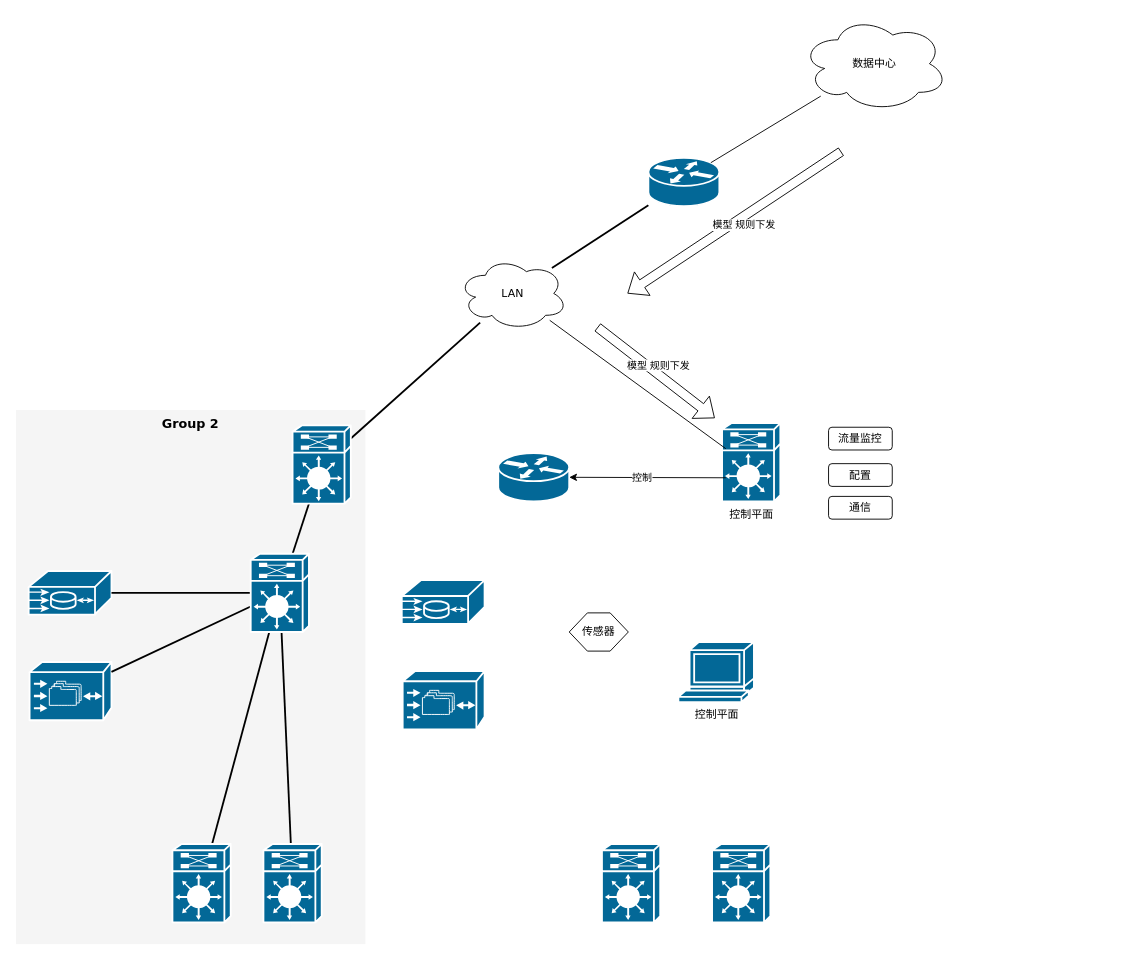
The draw.io diagram model/未命名绘图.drawio in 1181471386/HorusEye, before the edit. Source tidied: cells renumbered, new cells numbered last; positions are measured from the earlier drawing's top-left corner, leaving out a move shared by most shapes. Both pictures are drawn from the tidied source at 91%, with x=0, y=0 at pixel (15, 15).
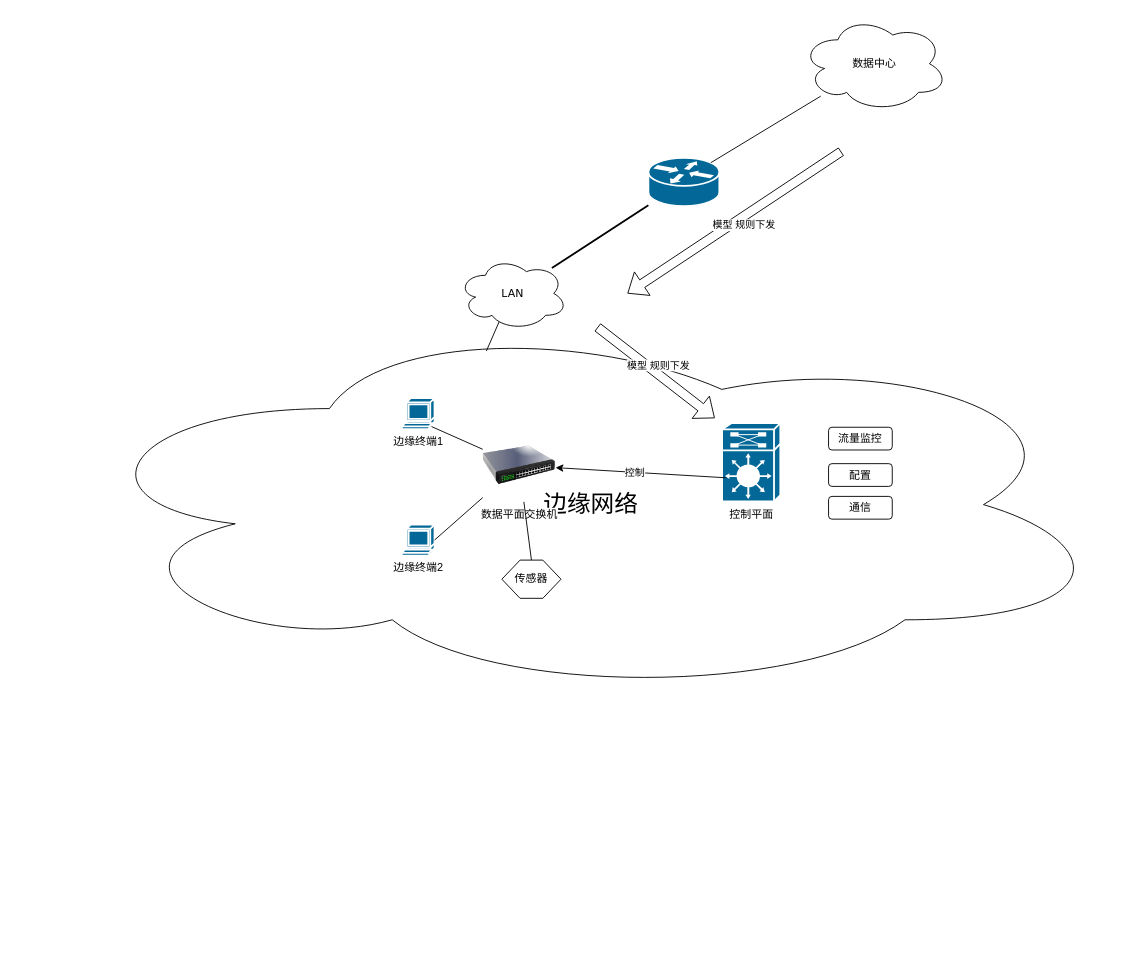
After the change.

Commit message:
边缘网络拓扑.drawio

Unchanged cells that the change refers to:
```xml
<mxCell id="4" value="LAN" style="ellipse;shape=cloud;whiteSpace=wrap;html=1;rounded=0;shadow=0;comic=0;strokeWidth=1;fontFamily=Verdana;fontSize=12;" parent="1" vertex="1">
  <mxGeometry x="486" y="265" width="120" height="80" as="geometry" />
</mxCell>
<mxCell id="18" value="控制平面" style="shape=mxgraph.cisco.misc.route_switch_processor;html=1;dashed=0;fillColor=#036897;strokeColor=#ffffff;strokeWidth=2;verticalLabelPosition=bottom;verticalAlign=top;rounded=0;shadow=0;comic=0;fontFamily=Verdana;fontSize=12;" parent="1" vertex="1">
  <mxGeometry x="776" y="447.5" width="64" height="86" as="geometry" />
</mxCell>
```

Diff of the diagram source:
```diff
@@
-    <mxCell id="2" value="Group 2" style="whiteSpace=wrap;html=1;rounded=0;shadow=0;comic=0;strokeWidth=1;fontFamily=Verdana;fontSize=14;fillColor=#f5f5f5;strokeColor=none;fontStyle=1;verticalAlign=top;" parent="1" vertex="1">
-      <mxGeometry y="433" width="384" height="587" as="geometry" />
-    </mxCell>
-    <mxCell id="3" style="edgeStyle=none;html=1;labelBackgroundColor=none;startFill=0;endArrow=none;endFill=0;strokeWidth=2;fontFamily=Verdana;fontSize=12;" parent="1" edge="1" source="4" target="6">
-      <mxGeometry relative="1" as="geometry" />
-    </mxCell>
+    <mxCell id="38" value="&lt;font style=&quot;font-size: 26px;&quot;&gt;边缘网络&lt;/font&gt;" style="ellipse;shape=cloud;whiteSpace=wrap;html=1;rounded=0;shadow=0;comic=0;strokeWidth=1;fontFamily=Verdana;fontSize=12;" parent="1" vertex="1">
+      <mxGeometry x="57" y="326" width="1150" height="422" as="geometry" />
+    </mxCell>
@@
-    <mxCell id="5" style="edgeStyle=none;html=1;labelBackgroundColor=none;startFill=0;endArrow=none;endFill=0;strokeWidth=2;fontFamily=Verdana;fontSize=12;" parent="1" edge="1" source="6" target="13">
-      <mxGeometry relative="1" as="geometry" />
-    </mxCell>
-    <mxCell id="6" style="shape=mxgraph.cisco.misc.route_switch_processor;html=1;dashed=0;fillColor=#036897;strokeColor=#ffffff;strokeWidth=2;verticalLabelPosition=bottom;verticalAlign=top;rounded=0;shadow=0;comic=0;fontFamily=Verdana;fontSize=12;" parent="1" vertex="1">
-      <mxGeometry x="304" y="450" width="64" height="86" as="geometry" />
-    </mxCell>
-    <mxCell id="7" style="shape=mxgraph.cisco.misc.me1100;html=1;dashed=0;fillColor=#036897;strokeColor=#ffffff;strokeWidth=2;verticalLabelPosition=bottom;verticalAlign=top;rounded=0;shadow=0;comic=0;fontFamily=Verdana;fontSize=12;" parent="1" vertex="1">
-      <mxGeometry x="14" y="610" width="91" height="48" as="geometry" />
-    </mxCell>
-    <mxCell id="8" style="shape=mxgraph.cisco.storage.cisco_file_engine;html=1;dashed=0;fillColor=#036897;strokeColor=#ffffff;strokeWidth=2;verticalLabelPosition=bottom;verticalAlign=top;rounded=0;shadow=0;comic=0;fontFamily=Verdana;fontSize=12;" parent="1" vertex="1">
-      <mxGeometry x="15" y="710" width="90" height="64" as="geometry" />
-    </mxCell>
-    <mxCell id="9" style="edgeStyle=none;html=1;labelBackgroundColor=none;startFill=0;endArrow=none;endFill=0;strokeWidth=2;fontFamily=Verdana;fontSize=12;" parent="1" edge="1" source="13" target="7">
-      <mxGeometry relative="1" as="geometry" />
-    </mxCell>
-    <mxCell id="10" style="edgeStyle=none;html=1;labelBackgroundColor=none;startFill=0;endArrow=none;endFill=0;strokeWidth=2;fontFamily=Verdana;fontSize=12;" parent="1" edge="1" source="13" target="8">
-      <mxGeometry relative="1" as="geometry" />
-    </mxCell>
-    <mxCell id="11" style="edgeStyle=none;html=1;labelBackgroundColor=none;startFill=0;endArrow=none;endFill=0;strokeWidth=2;fontFamily=Verdana;fontSize=12;" parent="1" edge="1" source="13" target="17">
-      <mxGeometry relative="1" as="geometry" />
-    </mxCell>
-    <mxCell id="12" style="edgeStyle=none;html=1;labelBackgroundColor=none;startFill=0;endArrow=none;endFill=0;strokeWidth=2;fontFamily=Verdana;fontSize=12;" parent="1" edge="1" source="13" target="16">
-      <mxGeometry relative="1" as="geometry" />
-    </mxCell>
-    <mxCell id="13" style="shape=mxgraph.cisco.misc.route_switch_processor;html=1;dashed=0;fillColor=#036897;strokeColor=#ffffff;strokeWidth=2;verticalLabelPosition=bottom;verticalAlign=top;rounded=0;shadow=0;comic=0;fontFamily=Verdana;fontSize=12;" parent="1" vertex="1">
-      <mxGeometry x="258" y="591" width="64" height="86" as="geometry" />
-    </mxCell>
-    <mxCell id="14" style="shape=mxgraph.cisco.misc.me1100;html=1;dashed=0;fillColor=#036897;strokeColor=#ffffff;strokeWidth=2;verticalLabelPosition=bottom;verticalAlign=top;rounded=0;shadow=0;comic=0;fontFamily=Verdana;fontSize=12;" parent="1" vertex="1">
-      <mxGeometry x="424" y="620" width="91" height="48" as="geometry" />
-    </mxCell>
-    <mxCell id="15" style="shape=mxgraph.cisco.storage.cisco_file_engine;html=1;dashed=0;fillColor=#036897;strokeColor=#ffffff;strokeWidth=2;verticalLabelPosition=bottom;verticalAlign=top;rounded=0;shadow=0;comic=0;fontFamily=Verdana;fontSize=12;" parent="1" vertex="1">
-      <mxGeometry x="425" y="720" width="90" height="64" as="geometry" />
-    </mxCell>
-    <mxCell id="16" style="shape=mxgraph.cisco.misc.route_switch_processor;html=1;dashed=0;fillColor=#036897;strokeColor=#ffffff;strokeWidth=2;verticalLabelPosition=bottom;verticalAlign=top;rounded=0;shadow=0;comic=0;fontFamily=Verdana;fontSize=12;" parent="1" vertex="1">
-      <mxGeometry x="172" y="910" width="64" height="86" as="geometry" />
-    </mxCell>
-    <mxCell id="17" style="shape=mxgraph.cisco.misc.route_switch_processor;html=1;dashed=0;fillColor=#036897;strokeColor=#ffffff;strokeWidth=2;verticalLabelPosition=bottom;verticalAlign=top;rounded=0;shadow=0;comic=0;fontFamily=Verdana;fontSize=12;" parent="1" vertex="1">
-      <mxGeometry x="272" y="910" width="64" height="86" as="geometry" />
-    </mxCell>
@@
-    <mxCell id="19" style="shape=mxgraph.cisco.misc.route_switch_processor;html=1;dashed=0;fillColor=#036897;strokeColor=#ffffff;strokeWidth=2;verticalLabelPosition=bottom;verticalAlign=top;rounded=0;shadow=0;comic=0;fontFamily=Verdana;fontSize=12;" parent="1" vertex="1">
-      <mxGeometry x="644" y="910" width="64" height="86" as="geometry" />
-    </mxCell>
-    <mxCell id="20" style="shape=mxgraph.cisco.misc.route_switch_processor;html=1;dashed=0;fillColor=#036897;strokeColor=#ffffff;strokeWidth=2;verticalLabelPosition=bottom;verticalAlign=top;rounded=0;shadow=0;comic=0;fontFamily=Verdana;fontSize=12;" parent="1" vertex="1">
-      <mxGeometry x="765" y="910" width="64" height="86" as="geometry" />
-    </mxCell>
@@
-    <mxCell id="23" style="shape=mxgraph.cisco.routers.router;html=1;dashed=0;fillColor=#036897;strokeColor=#ffffff;strokeWidth=2;verticalLabelPosition=bottom;verticalAlign=top;rounded=0;shadow=0;comic=0;fontFamily=Verdana;fontSize=12;" parent="1" vertex="1">
-      <mxGeometry x="530" y="480.5" width="78" height="53" as="geometry" />
-    </mxCell>
@@
-    <mxCell id="26" style="endArrow=classic;html=1;rounded=0;entryX=1;entryY=0.5;entryDx=0;entryDy=0;entryPerimeter=0;exitX=0.063;exitY=0.698;exitDx=0;exitDy=0;exitPerimeter=0;" parent="1" edge="1" source="18" target="23">
+    <mxCell id="26" style="endArrow=classic;html=1;rounded=0;exitX=0.063;exitY=0.698;exitDx=0;exitDy=0;exitPerimeter=0;" parent="1" edge="1" source="18" target="40">
       <mxGeometry relative="1" as="geometry" />
     </mxCell>
@@
-    <mxCell id="30" style="endArrow=none;html=1;rounded=0;exitX=0.063;exitY=0.326;exitDx=0;exitDy=0;exitPerimeter=0;" parent="1" edge="1" source="18" target="4">
-      <mxGeometry relative="1" as="geometry" />
-    </mxCell>
@@
     <mxCell id="36" value="传感器" style="shape=hexagon;perimeter=hexagonPerimeter2;whiteSpace=wrap;html=1;fixedSize=1;" parent="1" vertex="1">
-      <mxGeometry x="608" y="656" width="65" height="42" as="geometry" />
+      <mxGeometry x="534" y="598" width="65" height="42" as="geometry" />
     </mxCell>
-    <mxCell id="37" value="控制平面" style="shape=mxgraph.cisco.computers_and_peripherals.terminal;sketch=0;html=1;dashed=0;fillColor=#036897;strokeColor=#ffffff;strokeWidth=2;verticalLabelPosition=bottom;verticalAlign=top;align=center;outlineConnect=0;" parent="1" vertex="1">
-      <mxGeometry x="728" y="688" width="83" height="66" as="geometry" />
+    <mxCell id="37" value="边缘终端1" style="shape=mxgraph.cisco.computers_and_peripherals.terminal;sketch=0;html=1;dashed=0;fillColor=#036897;strokeColor=#ffffff;strokeWidth=2;verticalLabelPosition=bottom;verticalAlign=top;align=center;outlineConnect=0;" parent="1" vertex="1">
+      <mxGeometry x="424" y="420" width="36" height="34" as="geometry" />
     </mxCell>
+    <mxCell id="39" value="边缘终端2&lt;div&gt;&lt;br&gt;&lt;/div&gt;" style="shape=mxgraph.cisco.computers_and_peripherals.terminal;sketch=0;html=1;dashed=0;fillColor=#036897;strokeColor=#ffffff;strokeWidth=2;verticalLabelPosition=bottom;verticalAlign=top;align=center;outlineConnect=0;" parent="1" vertex="1">
+      <mxGeometry x="424" y="559" width="36" height="34" as="geometry" />
+    </mxCell>
+    <mxCell id="40" value="数据平面交换机" style="image;html=1;image=img/lib/clip_art/networking/Switch_128x128.png;" parent="1" vertex="1">
+      <mxGeometry x="513" y="454" width="80" height="80" as="geometry" />
+    </mxCell>
+    <mxCell id="41" style="endArrow=none;html=1;rounded=0;exitX=0.91;exitY=0.92;exitDx=0;exitDy=0;exitPerimeter=0;" parent="1" edge="1" source="37" target="40">
+      <mxGeometry relative="1" as="geometry" />
+    </mxCell>
+    <mxCell id="42" style="endArrow=none;html=1;rounded=0;exitX=1;exitY=0.5;exitDx=0;exitDy=0;exitPerimeter=0;" parent="1" edge="1" source="39" target="40">
+      <mxGeometry relative="1" as="geometry" />
+    </mxCell>
+    <mxCell id="43" style="endArrow=none;html=1;rounded=0;exitX=0.5;exitY=0;exitDx=0;exitDy=0;" parent="1" edge="1" source="36" target="40">
+      <mxGeometry relative="1" as="geometry" />
+    </mxCell>
+    <mxCell id="44" style="endArrow=none;html=1;rounded=0;entryX=0.375;entryY=0.888;entryDx=0;entryDy=0;entryPerimeter=0;exitX=0.4;exitY=0.1;exitDx=0;exitDy=0;exitPerimeter=0;" parent="1" edge="1" source="38" target="4">
+      <mxGeometry relative="1" as="geometry" />
+    </mxCell>
```
